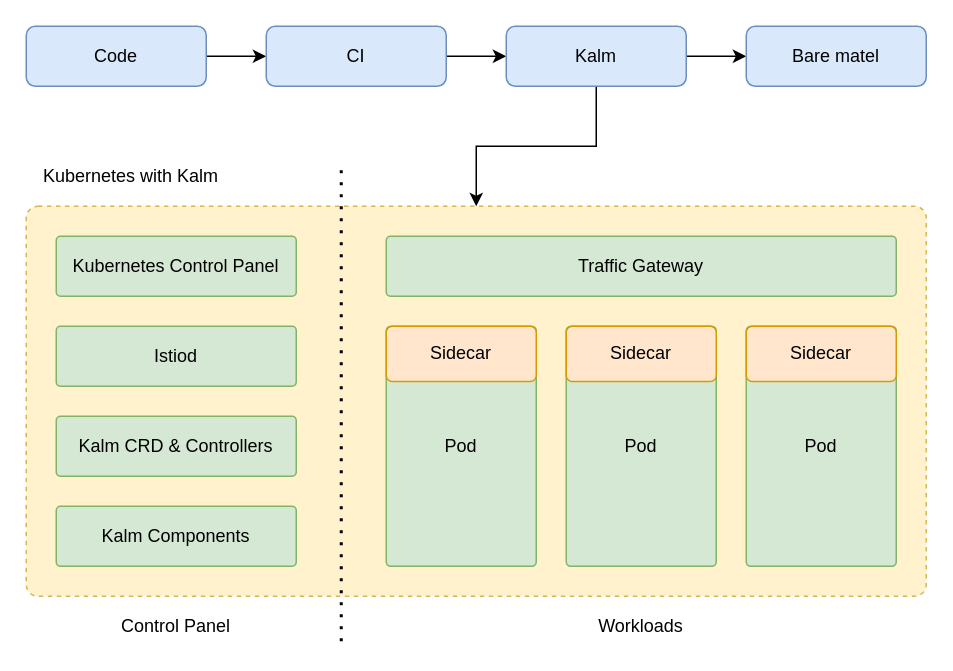
This is Untitled Diagram.drawio from davidqhr/diagrams-storage, a draw.io file, before an edit. Source tidied: cells renumbered, new cells numbered last; positions are measured from the earlier drawing's top-left corner, leaving out a move shared by most shapes. Both pictures are drawn from the tidied source at 150%, with x=0, y=0 at pixel (26, 26).
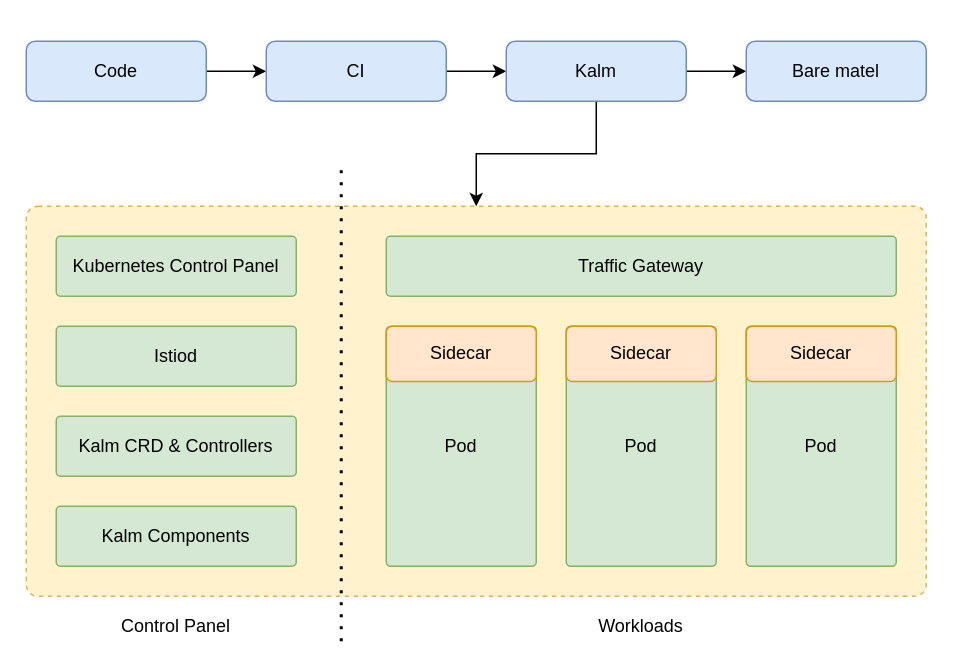
The same diagram, later.

The edit, as a diff of the source:
```diff
@@
     <mxCell id="3" value="Code" style="rounded=1;whiteSpace=wrap;html=1;fillColor=#dae8fc;strokeColor=#6c8ebf;" parent="1" vertex="1">
-      <mxGeometry width="120" height="40" as="geometry" />
+      <mxGeometry y="10" width="120" height="40" as="geometry" />
     </mxCell>
@@
     <mxCell id="5" value="CI" style="rounded=1;whiteSpace=wrap;html=1;fillColor=#dae8fc;strokeColor=#6c8ebf;" parent="1" vertex="1">
-      <mxGeometry x="160" width="120" height="40" as="geometry" />
+      <mxGeometry x="160" y="10" width="120" height="40" as="geometry" />
     </mxCell>
@@
     <mxCell id="8" value="Kalm" style="rounded=1;whiteSpace=wrap;html=1;fillColor=#dae8fc;strokeColor=#6c8ebf;" parent="1" vertex="1">
-      <mxGeometry x="320" width="120" height="40" as="geometry" />
+      <mxGeometry x="320" y="10" width="120" height="40" as="geometry" />
     </mxCell>
     <mxCell id="9" value="Bare matel" style="rounded=1;whiteSpace=wrap;html=1;fillColor=#dae8fc;strokeColor=#6c8ebf;" parent="1" vertex="1">
-      <mxGeometry x="480" width="120" height="40" as="geometry" />
+      <mxGeometry x="480" y="10" width="120" height="40" as="geometry" />
     </mxCell>
@@
-    <mxCell id="11" value="Kubernetes with Kalm" style="text;html=1;strokeColor=none;fillColor=none;align=center;verticalAlign=middle;whiteSpace=wrap;rounded=0;dashed=1;" parent="1" vertex="1">
-      <mxGeometry y="90" width="140" height="20" as="geometry" />
-    </mxCell>
```
